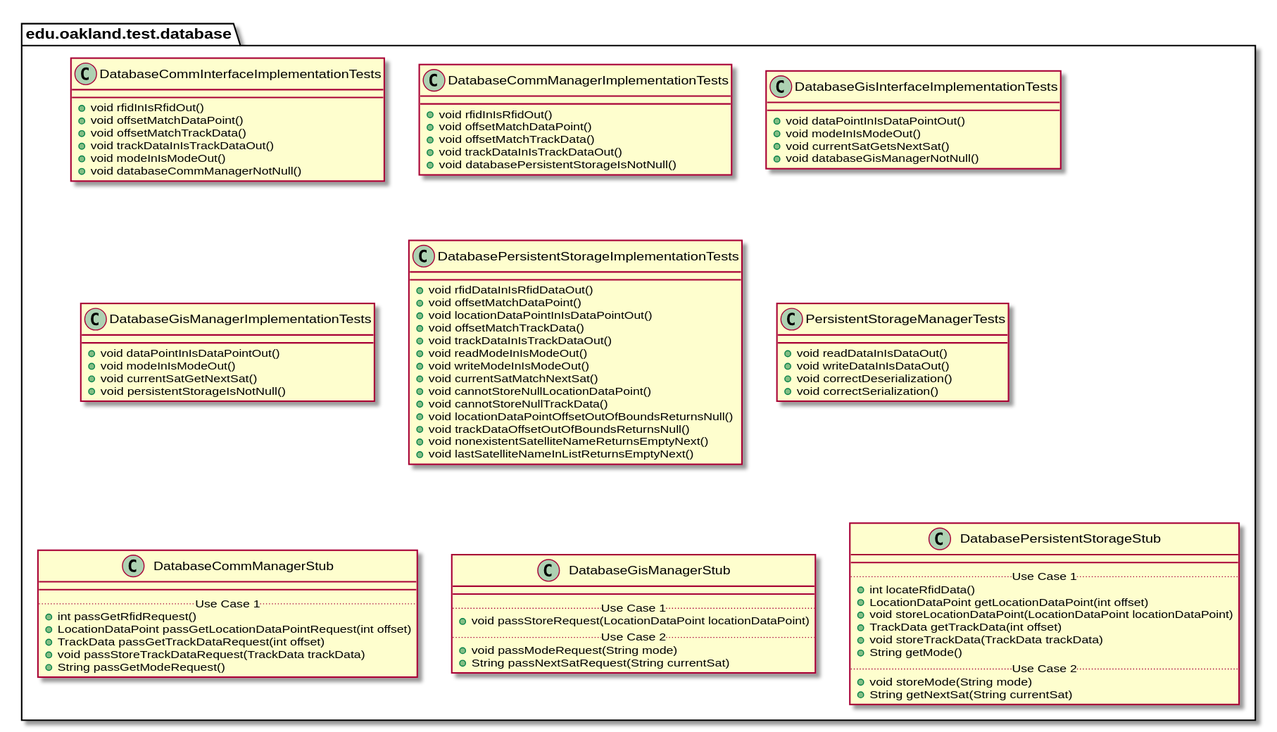
Earlier version of the PlantUML export docs/uml-class-diagrams/database/test/DatabaseTestPackage.svg (andrewdimmer/csi-3370-software-project).
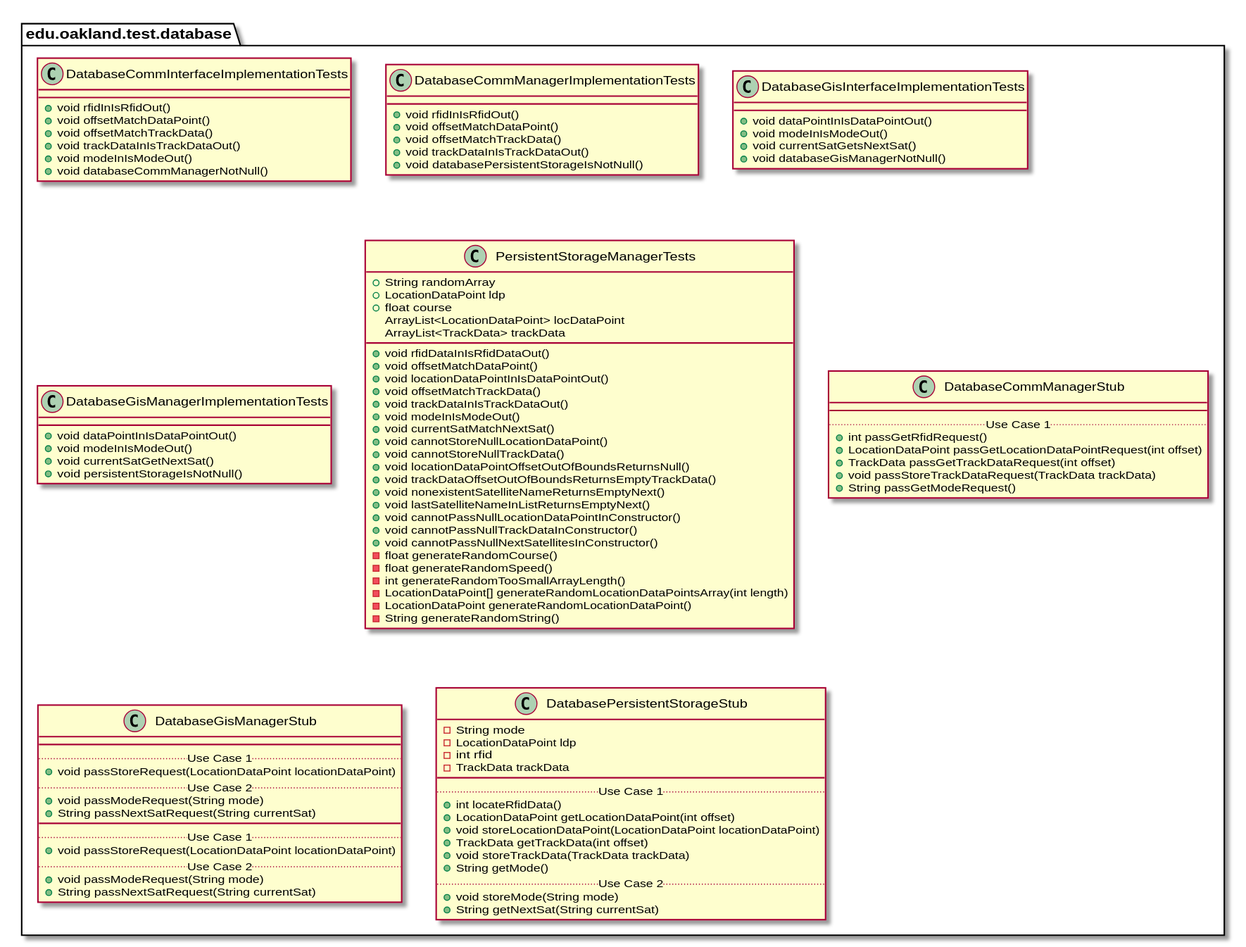
After the commit.

Change to the diagram source:
```diff
@@ -49,31 +49,34 @@
 
 
 package edu.oakland.test.database {
-    class DatabasePersistentStorageImplementationTests {
+    class PersistentStorageManagerTests {
+        + String randomArray
+        + LocationDataPoint ldp
+        + float course
+        ArrayList<LocationDataPoint> locDataPoint
+        ArrayList<TrackData> trackData
         + void rfidDataInIsRfidDataOut()
         + void offsetMatchDataPoint()
         + void locationDataPointInIsDataPointOut()
         + void offsetMatchTrackData()
         + void trackDataInIsTrackDataOut()
-        + void readModeInIsModeOut()
-        + void writeModeInIsModeOut()
+        + void modeInIsModeOut()
         + void currentSatMatchNextSat()
         + void cannotStoreNullLocationDataPoint()
         + void cannotStoreNullTrackData()
         + void locationDataPointOffsetOutOfBoundsReturnsNull()
-        + void trackDataOffsetOutOfBoundsReturnsNull()
+        + void trackDataOffsetOutOfBoundsReturnsEmptyTrackData()
         + void nonexistentSatelliteNameReturnsEmptyNext()
         + void lastSatelliteNameInListReturnsEmptyNext()
-    }
-}
-
-
-package edu.oakland.test.database {
-    class PersistentStorageManagerTests {
-        + void readDataInIsDataOut()
-        + void writeDataInIsDataOut()
-        + void correctDeserialization()
-        + void correctSerialization()
+        + void cannotPassNullLocationDataPointInConstructor()
+        + void cannotPassNullTrackDataInConstructor()
+        + void cannotPassNullNextSatellitesInConstructor()
+        - float generateRandomCourse()
+        - float generateRandomSpeed()
+        - int generateRandomTooSmallArrayLength()
+        - LocationDataPoint[] generateRandomLocationDataPointsArray(int length)
+        - LocationDataPoint generateRandomLocationDataPoint()
+        - String generateRandomString()
     }
 }
 
@@ -104,7 +107,23 @@
 
 
 package edu.oakland.test.database {
+    class DatabaseGisManagerStub {
+        __
+        .. Use Case 1 ..
+        + void passStoreRequest(LocationDataPoint locationDataPoint)
+        .. Use Case 2 ..
+        + void passModeRequest(String mode)
+        + String passNextSatRequest(String currentSat)
+    }
+}
+
+
+package edu.oakland.test.database {
     class DatabasePersistentStorageStub {
+        - String mode
+        - LocationDataPoint ldp
+        - int rfid
+        - TrackData trackData
         __
         .. Use Case 1 ..
         + int locateRfidData()
```
